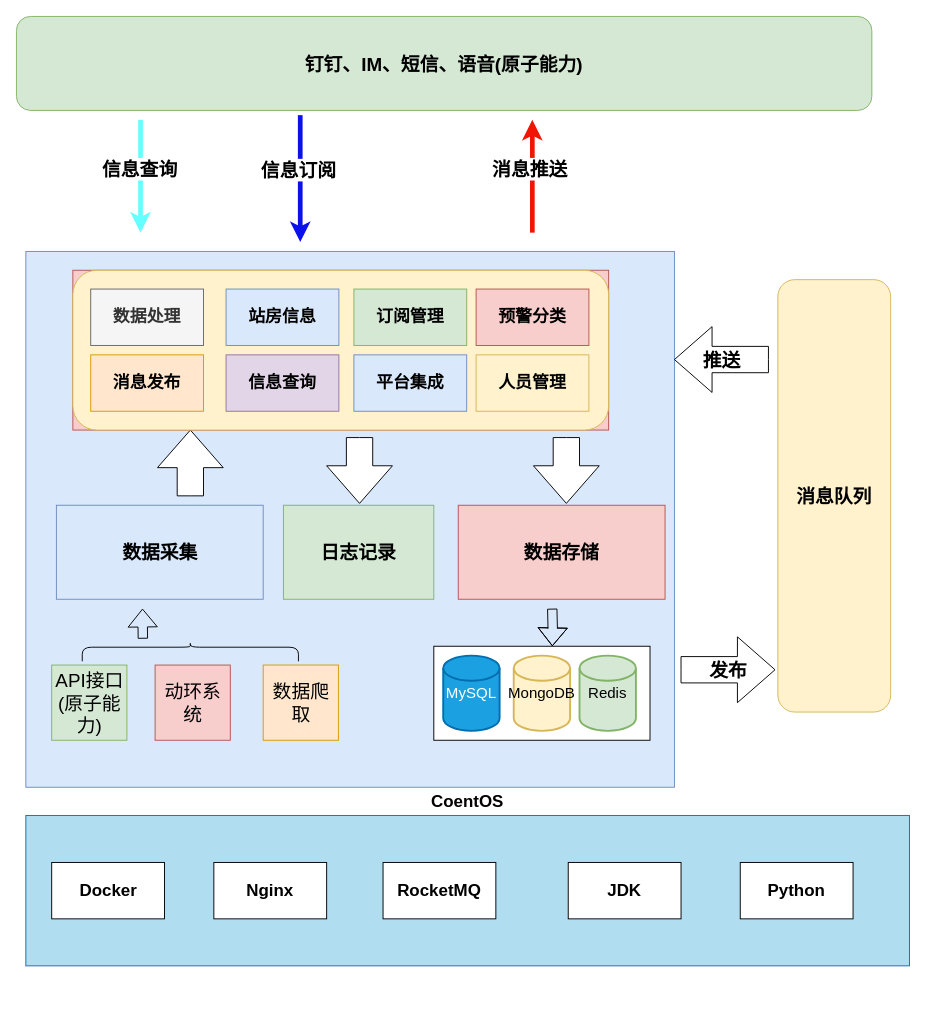
Above: 干线综合预警系统.drawio in lvpv/atlas (draw.io), before the change. Source tidied: cells renumbered, new cells numbered last; positions are measured from the earlier drawing's top-left corner, leaving out a move shared by most shapes. Both pictures are drawn from the tidied source at 94%, with x=0, y=0 at pixel (16, 16).
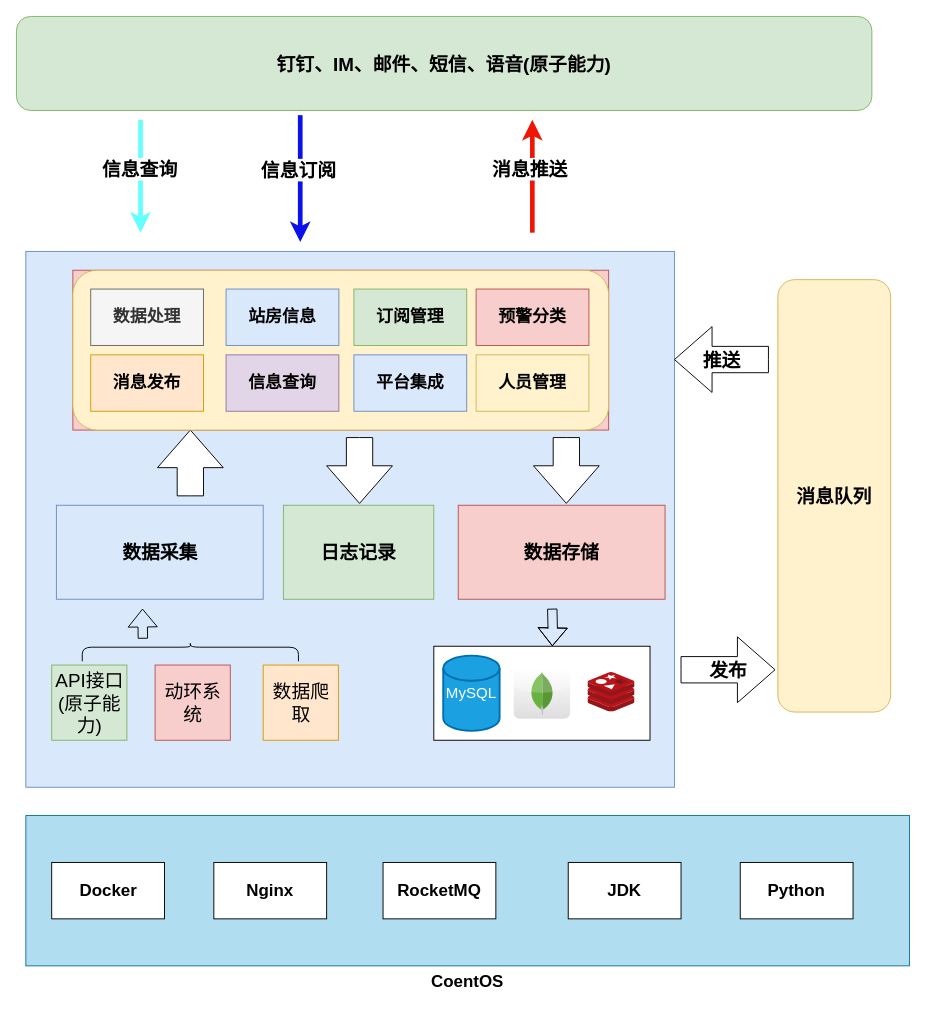
The same page after the edit.

Commit message:
更新干线综合预警系统.drawio

The edit, as a diff of the source:
```diff
@@
-    <mxCell id="8" value="钉钉、IM、短信、语音(原子能力)" style="rounded=1;whiteSpace=wrap;html=1;fontFamily=仿宋;fontSize=20;fontStyle=1;fillColor=#d5e8d4;strokeColor=#82b366;" parent="1" vertex="1">
+    <mxCell id="8" value="钉钉、IM、邮件、短信、语音(原子能力)" style="rounded=1;whiteSpace=wrap;html=1;fontFamily=仿宋;fontSize=20;fontStyle=1;fillColor=#d5e8d4;strokeColor=#82b366;" parent="1" vertex="1">
       <mxGeometry width="910" height="100" as="geometry" />
     </mxCell>
@@
-    <mxCell id="34" value="CoentOS" style="rounded=0;whiteSpace=wrap;html=1;fontFamily=仿宋;fontSize=18;fontStyle=1;align=center;horizontal=1;labelPosition=center;verticalLabelPosition=top;verticalAlign=bottom;fillColor=#b1ddf0;strokeColor=#10739e;" parent="1" vertex="1">
+    <mxCell id="34" value="CoentOS" style="rounded=0;whiteSpace=wrap;html=1;fontFamily=仿宋;fontSize=18;fontStyle=1;align=center;horizontal=1;labelPosition=center;verticalLabelPosition=bottom;verticalAlign=top;fillColor=#b1ddf0;strokeColor=#10739e;" parent="1" vertex="1">
       <mxGeometry x="10" y="850" width="940" height="160" as="geometry" />
     </mxCell>
@@
-    <mxCell id="40" style="group;" parent="1" vertex="1">
-      <mxGeometry x="444" y="670" width="230" height="100" as="geometry" />
-    </mxCell>
+    <mxCell id="45" value="日志记录" style="rounded=0;whiteSpace=wrap;html=1;fontFamily=仿宋;fontStyle=1;fontSize=20;fillColor=#d5e8d4;strokeColor=#82b366;" parent="1" vertex="1">
+      <mxGeometry x="284" y="520" width="160" height="100" as="geometry" />
+    </mxCell>
+    <mxCell id="46" style="html=1;shadow=0;dashed=0;align=center;verticalAlign=middle;shape=mxgraph.arrows2.arrow;dy=0.6;dx=40;direction=north;notch=0;rotation=-180;" parent="1" vertex="1">
+      <mxGeometry x="330" y="448" width="70" height="70" as="geometry" />
+    </mxCell>
-    <mxCell id="41" style="rounded=0;whiteSpace=wrap;html=1;fontFamily=仿宋;fontSize=16;" parent="40" vertex="1">
-      <mxGeometry width="230" height="100" as="geometry" />
+    <mxCell id="41" style="rounded=0;whiteSpace=wrap;html=1;fontFamily=仿宋;fontSize=16;" parent="1" vertex="1">
+      <mxGeometry x="444" y="670" width="230" height="100" as="geometry" />
     </mxCell>
-    <mxCell id="42" value="MySQL" style="strokeWidth=2;html=1;shape=mxgraph.flowchart.database;whiteSpace=wrap;fontFamily=仿宋;fontSize=16;fillColor=#1ba1e2;strokeColor=#006EAF;fontColor=#ffffff;" parent="40" vertex="1">
-      <mxGeometry x="10" y="10" width="60" height="80" as="geometry" />
+    <mxCell id="42" value="MySQL" style="strokeWidth=2;html=1;shape=mxgraph.flowchart.database;whiteSpace=wrap;fontFamily=仿宋;fontSize=16;fillColor=#1ba1e2;strokeColor=#006EAF;fontColor=#ffffff;" parent="1" vertex="1">
+      <mxGeometry x="454" y="680" width="60" height="80" as="geometry" />
     </mxCell>
-    <mxCell id="43" value="MongoDB" style="strokeWidth=2;html=1;shape=mxgraph.flowchart.database;whiteSpace=wrap;fontFamily=仿宋;fontSize=16;fillColor=#fff2cc;strokeColor=#d6b656;" parent="40" vertex="1">
-      <mxGeometry x="85" y="10" width="60" height="80" as="geometry" />
-    </mxCell>
-    <mxCell id="44" value="Redis" style="strokeWidth=2;html=1;shape=mxgraph.flowchart.database;whiteSpace=wrap;fontFamily=仿宋;fontSize=16;fillColor=#d5e8d4;strokeColor=#82b366;" parent="40" vertex="1">
-      <mxGeometry x="155" y="10" width="60" height="80" as="geometry" />
-    </mxCell>
-    <mxCell id="45" value="日志记录" style="rounded=0;whiteSpace=wrap;html=1;fontFamily=仿宋;fontStyle=1;fontSize=20;fillColor=#d5e8d4;strokeColor=#82b366;" parent="1" vertex="1">
-      <mxGeometry x="284" y="520" width="160" height="100" as="geometry" />
-    </mxCell>
-    <mxCell id="46" style="html=1;shadow=0;dashed=0;align=center;verticalAlign=middle;shape=mxgraph.arrows2.arrow;dy=0.6;dx=40;direction=north;notch=0;rotation=-180;" parent="1" vertex="1">
-      <mxGeometry x="330" y="448" width="70" height="70" as="geometry" />
-    </mxCell>
+    <mxCell id="47" style="image;sketch=0;html=1;align=center;fontSize=12;image=img/lib/mscae/Cache_Redis_Product.svg;" parent="1" vertex="1">
+      <mxGeometry x="608" y="698" width="50" height="42" as="geometry" />
+    </mxCell>
+    <mxCell id="48" style="dashed=0;html=1;align=center;labelPosition=center;verticalLabelPosition=bottom;verticalAlign=top;shape=mxgraph.webicons.mongodb;gradientColor=#DFDEDE;" parent="1" vertex="1">
+      <mxGeometry x="529" y="693" width="60" height="54" as="geometry" />
+    </mxCell>
```
